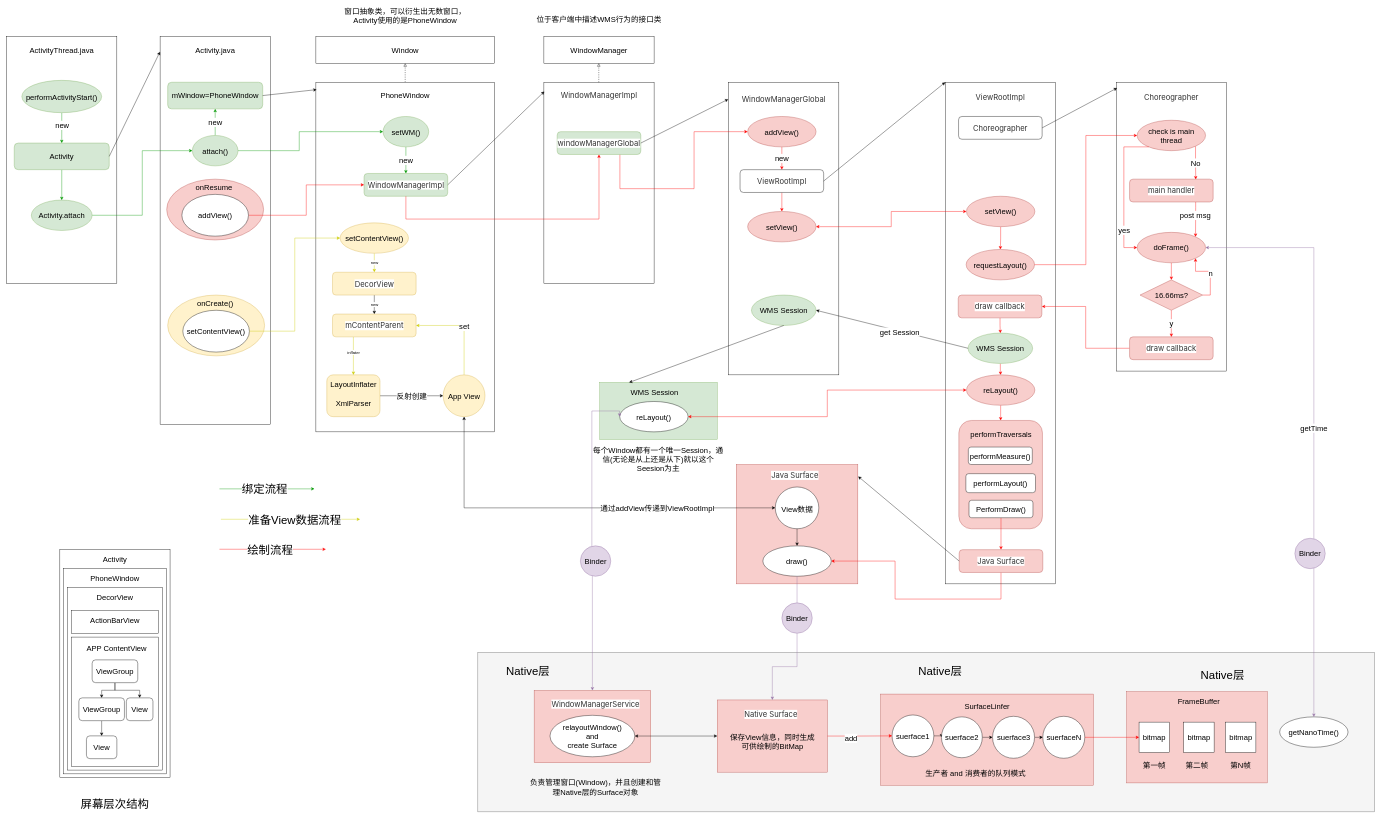
Earlier version of the draw.io diagram my_wms.drawio (LongerLonge/jormun_drawio_repo). Source tidied: cells renumbered, new cells numbered last; positions are measured from the earlier drawing's top-left corner, leaving out a move shared by most shapes. Both pictures are drawn from the tidied source at 38%, with x=0, y=0 at pixel (6, 10).
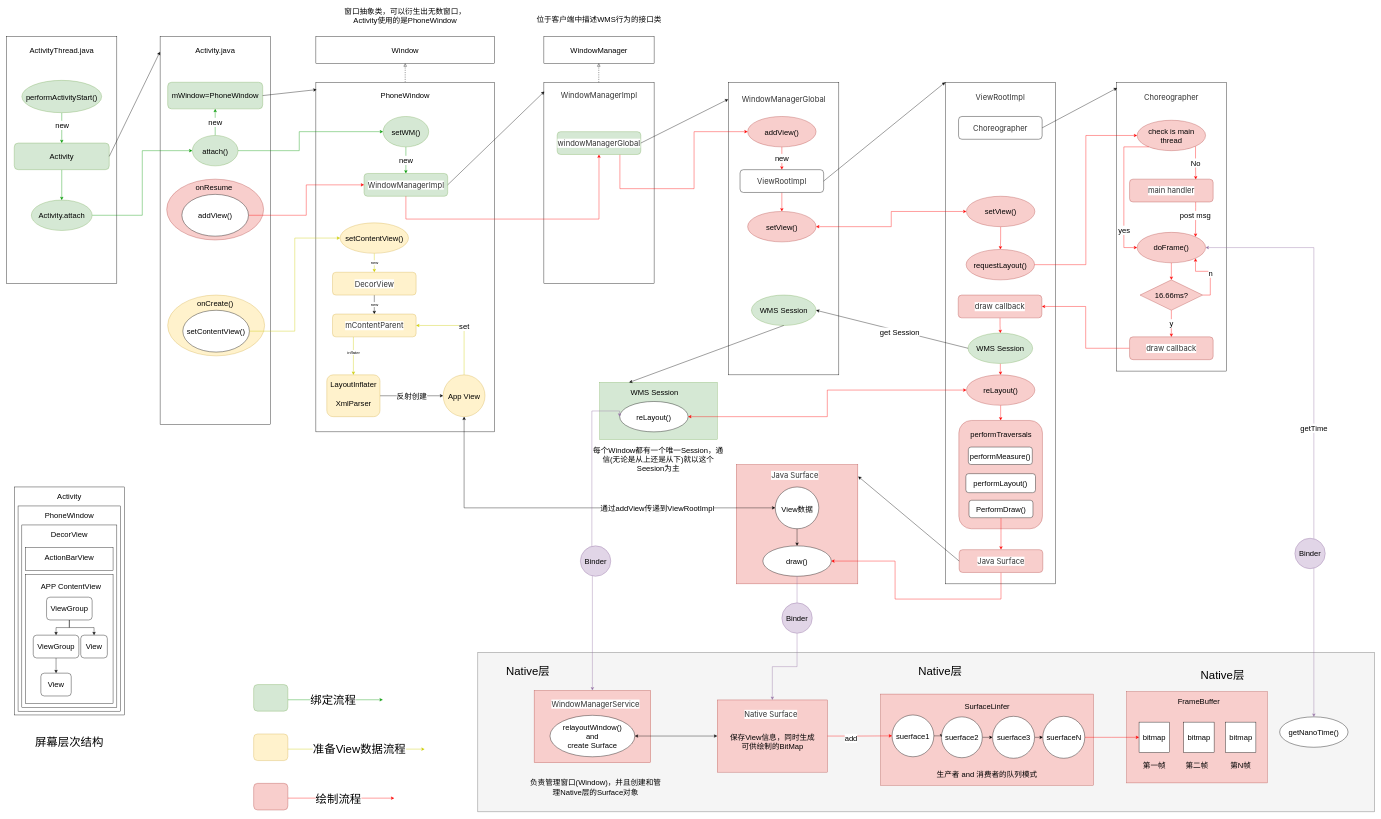
The same diagram, later.

Change to the diagram source:
```diff
@@
     <mxCell id="18" style="rounded=0;whiteSpace=wrap;html=1;fontSize=20;" parent="1" vertex="1">
-      <mxGeometry x="140" y="1420" width="290" height="600" as="geometry" />
+      <mxGeometry x="20" y="1255" width="290" height="600" as="geometry" />
     </mxCell>
     <mxCell id="19" style="rounded=0;whiteSpace=wrap;html=1;fontSize=20;" parent="1" vertex="1">
-      <mxGeometry x="150" y="1470" width="270" height="540" as="geometry" />
+      <mxGeometry x="30" y="1305" width="270" height="540" as="geometry" />
     </mxCell>
     <mxCell id="20" style="rounded=0;whiteSpace=wrap;html=1;fontSize=20;" parent="1" vertex="1">
-      <mxGeometry x="160" y="1520" width="250" height="480" as="geometry" />
+      <mxGeometry x="40" y="1355" width="250" height="480" as="geometry" />
     </mxCell>
     <mxCell id="21" style="rounded=0;whiteSpace=wrap;html=1;fontSize=20;" parent="1" vertex="1">
-      <mxGeometry x="170" y="1580" width="230" height="60" as="geometry" />
+      <mxGeometry x="50" y="1415" width="230" height="60" as="geometry" />
     </mxCell>
     <mxCell id="22" style="rounded=0;whiteSpace=wrap;html=1;fontSize=20;" parent="1" vertex="1">
-      <mxGeometry x="170" y="1650" width="230" height="340" as="geometry" />
+      <mxGeometry x="50" y="1485" width="230" height="340" as="geometry" />
     </mxCell>
     <mxCell id="23" value="Activity" style="text;html=1;strokeColor=none;fillColor=none;align=center;verticalAlign=middle;whiteSpace=wrap;rounded=0;fontSize=20;" parent="1" vertex="1">
-      <mxGeometry x="255" y="1430" width="60" height="30" as="geometry" />
+      <mxGeometry x="135" y="1265" width="60" height="30" as="geometry" />
     </mxCell>
     <mxCell id="24" value="PhoneWindow" style="text;html=1;strokeColor=none;fillColor=none;align=center;verticalAlign=middle;whiteSpace=wrap;rounded=0;fontSize=20;" parent="1" vertex="1">
-      <mxGeometry x="255" y="1480" width="60" height="30" as="geometry" />
+      <mxGeometry x="135" y="1315" width="60" height="30" as="geometry" />
     </mxCell>
     <mxCell id="25" value="DecorView" style="text;html=1;strokeColor=none;fillColor=none;align=center;verticalAlign=middle;whiteSpace=wrap;rounded=0;fontSize=20;" parent="1" vertex="1">
-      <mxGeometry x="255" y="1530" width="60" height="30" as="geometry" />
+      <mxGeometry x="135" y="1365" width="60" height="30" as="geometry" />
     </mxCell>
     <mxCell id="26" value="ActionBarView" style="text;html=1;strokeColor=none;fillColor=none;align=center;verticalAlign=middle;whiteSpace=wrap;rounded=0;fontSize=20;" parent="1" vertex="1">
-      <mxGeometry x="255" y="1590" width="60" height="30" as="geometry" />
+      <mxGeometry x="135" y="1425" width="60" height="30" as="geometry" />
     </mxCell>
     <mxCell id="27" value="APP ContentView" style="text;html=1;strokeColor=none;fillColor=none;align=center;verticalAlign=middle;whiteSpace=wrap;rounded=0;fontSize=20;" parent="1" vertex="1">
-      <mxGeometry x="182.5" y="1670" width="212.5" height="20" as="geometry" />
+      <mxGeometry x="62.5" y="1505" width="212.5" height="20" as="geometry" />
     </mxCell>
@@
     <mxCell id="30" value="ViewGroup" style="rounded=1;whiteSpace=wrap;html=1;fontSize=20;" parent="1" vertex="1">
-      <mxGeometry x="225" y="1710" width="120" height="60" as="geometry" />
+      <mxGeometry x="105" y="1545" width="120" height="60" as="geometry" />
     </mxCell>
@@
     <mxCell id="32" value="ViewGroup" style="rounded=1;whiteSpace=wrap;html=1;fontSize=20;" parent="1" vertex="1">
-      <mxGeometry x="190" y="1810" width="120" height="60" as="geometry" />
+      <mxGeometry x="70" y="1645" width="120" height="60" as="geometry" />
     </mxCell>
     <mxCell id="33" value="View" style="rounded=1;whiteSpace=wrap;html=1;fontSize=20;" parent="1" vertex="1">
-      <mxGeometry x="315" y="1810" width="70" height="60" as="geometry" />
+      <mxGeometry x="195" y="1645" width="70" height="60" as="geometry" />
     </mxCell>
     <mxCell id="34" value="View" style="rounded=1;whiteSpace=wrap;html=1;fontSize=20;" parent="1" vertex="1">
-      <mxGeometry x="210" y="1910" width="80" height="60" as="geometry" />
+      <mxGeometry x="90" y="1745" width="80" height="60" as="geometry" />
     </mxCell>
@@
     <mxCell id="169" value="&lt;div style=&quot;text-align: center;&quot;&gt;&lt;span style=&quot;font-size: 20px;&quot;&gt;生产者 and 消费者的队列模式&lt;/span&gt;&lt;/div&gt;" style="text;html=1;strokeColor=none;fillColor=none;align=center;verticalAlign=middle;whiteSpace=wrap;rounded=0;" parent="1" vertex="1">
-      <mxGeometry x="2390" y="1994.5" width="320" height="24.5" as="geometry" />
+      <mxGeometry x="2420" y="1997.8" width="320" height="24.5" as="geometry" />
     </mxCell>
@@
     <mxCell id="181" value="&lt;font style=&quot;font-size: 30px;&quot;&gt;屏幕层次结构&lt;/font&gt;" style="text;html=1;strokeColor=none;fillColor=none;align=center;verticalAlign=middle;whiteSpace=wrap;rounded=0;fontSize=20;" parent="1" vertex="1">
-      <mxGeometry x="155" y="2070" width="260" height="40" as="geometry" />
+      <mxGeometry x="35" y="1905" width="260" height="40" as="geometry" />
     </mxCell>
@@
     <mxCell id="184" style="endArrow=classic;html=1;rounded=0;fontSize=20;strokeColor=#FF0000;" parent="1" edge="1">
       <mxGeometry relative="1" as="geometry">
-        <mxPoint x="560" y="1418.9" as="sourcePoint" />
-        <mxPoint x="840" y="1419" as="targetPoint" />
+        <mxPoint x="740" y="2073.8" as="sourcePoint" />
+        <mxPoint x="1020" y="2073.9" as="targetPoint" />
       </mxGeometry>
     </mxCell>
@@
     <mxCell id="186" style="endArrow=classic;html=1;rounded=0;fontSize=20;strokeColor=#009900;" parent="1" edge="1">
       <mxGeometry relative="1" as="geometry">
-        <mxPoint x="560" y="1260" as="sourcePoint" />
-        <mxPoint x="810" y="1260" as="targetPoint" />
+        <mxPoint x="740" y="1815" as="sourcePoint" />
+        <mxPoint x="990" y="1815" as="targetPoint" />
       </mxGeometry>
     </mxCell>
@@
     <mxCell id="188" style="endArrow=classic;html=1;rounded=0;fontSize=20;strokeColor=#CCCC00;" parent="1" edge="1">
       <mxGeometry relative="1" as="geometry">
-        <mxPoint x="563.8" y="1340" as="sourcePoint" />
-        <mxPoint x="930" y="1340" as="targetPoint" />
+        <mxPoint x="733.8" y="1944.9" as="sourcePoint" />
+        <mxPoint x="1100" y="1944.9" as="targetPoint" />
       </mxGeometry>
     </mxCell>
@@
+    <mxCell id="190" style="rounded=1;whiteSpace=wrap;html=1;fontSize=20;fillColor=#d5e8d4;strokeColor=#82b366;" parent="1" vertex="1">
+      <mxGeometry x="650" y="1775" width="90" height="70" as="geometry" />
+    </mxCell>
+    <mxCell id="191" style="rounded=1;whiteSpace=wrap;html=1;fontSize=20;fillColor=#fff2cc;strokeColor=#d6b656;" parent="1" vertex="1">
+      <mxGeometry x="650" y="1905" width="90" height="70" as="geometry" />
+    </mxCell>
+    <mxCell id="192" style="rounded=1;whiteSpace=wrap;html=1;fontSize=20;fillColor=#f8cecc;strokeColor=#b85450;" parent="1" vertex="1">
+      <mxGeometry x="650" y="2035" width="90" height="70" as="geometry" />
+    </mxCell>
```
